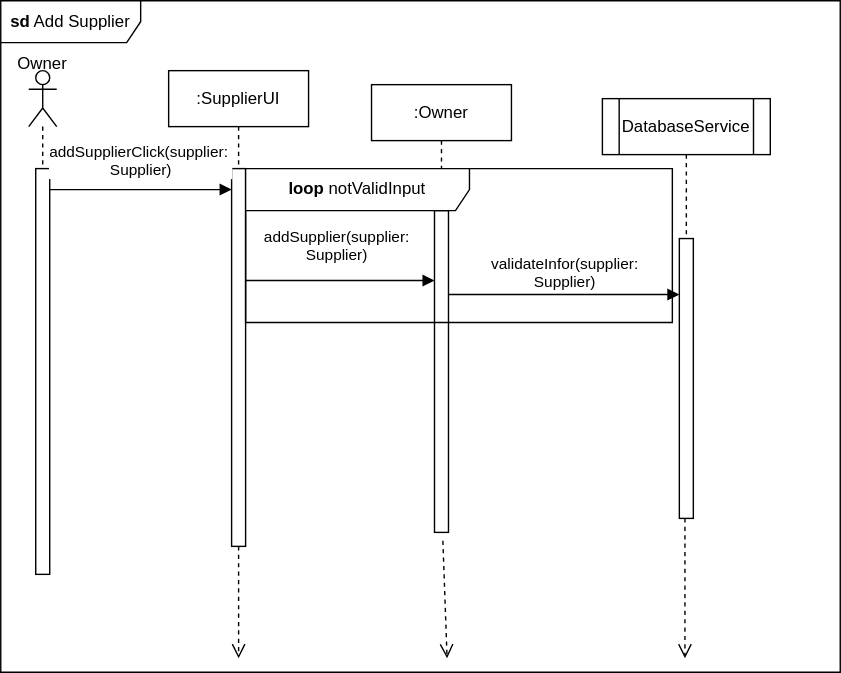
The draw.io diagram Add_supp.svg in Simamkele88/IFM3_GP, before a commit. Source tidied: cells renumbered, new cells last; positions are measured from the earlier drawing's top-left corner, leaving out a move shared by most shapes. Source of this version:
```xml
<mxGraphModel>
  <root>
    <mxCell id="0" />
    <mxCell id="1" parent="0" />
    <mxCell id="2" value="&lt;b&gt;sd&lt;/b&gt; Add Supplier" style="shape=umlFrame;whiteSpace=wrap;html=1;width=100;height=30;" parent="1" vertex="1">
      <mxGeometry width="600" height="480" as="geometry" />
    </mxCell>
    <mxCell id="3" style="shape=umlLifeline;perimeter=lifelinePerimeter;whiteSpace=wrap;html=1;newEdgeStyle={&quot;curved&quot;:0,&quot;rounded&quot;:0};participant=umlActor;" parent="1" vertex="1">
      <mxGeometry x="20" y="50" width="20" height="80" as="geometry" />
    </mxCell>
    <mxCell id="4" value=":SupplierUI" style="shape=umlLifeline;perimeter=lifelinePerimeter;whiteSpace=wrap;html=1;newEdgeStyle={&quot;curved&quot;:0,&quot;rounded&quot;:0};" parent="1" vertex="1">
      <mxGeometry x="120" y="50" width="100" height="340" as="geometry" />
    </mxCell>
    <mxCell id="5" style="html=1;points=[[0,0,0,0,5],[0,1,0,0,-5],[1,0,0,0,5],[1,1,0,0,-5]];perimeter=orthogonalPerimeter;outlineConnect=0;targetShapes=umlLifeline;portConstraint=eastwest;newEdgeStyle={&quot;curved&quot;:0,&quot;rounded&quot;:0};" parent="4" vertex="1">
      <mxGeometry x="45" y="70" width="10" height="270" as="geometry" />
    </mxCell>
    <mxCell id="6" style="html=1;points=[[0,0,0,0,5],[0,1,0,0,-5],[1,0,0,0,5],[1,1,0,0,-5]];perimeter=orthogonalPerimeter;outlineConnect=0;targetShapes=umlLifeline;portConstraint=eastwest;newEdgeStyle={&quot;curved&quot;:0,&quot;rounded&quot;:0};" parent="1" vertex="1">
      <mxGeometry x="25" y="120" width="10" height="290" as="geometry" />
    </mxCell>
    <mxCell id="7" value="addSupplierClick(supplier:&amp;nbsp;&lt;div&gt;Supplier)&lt;/div&gt;" style="html=1;verticalAlign=bottom;endArrow=block;curved=0;rounded=0;" parent="1" edge="1" source="6" target="5">
      <mxGeometry y="5" relative="1" as="geometry">
        <Array as="points">
          <mxPoint x="100" y="135" />
        </Array>
      </mxGeometry>
    </mxCell>
    <mxCell id="8" value=":Owner" style="shape=umlLifeline;perimeter=lifelinePerimeter;whiteSpace=wrap;html=1;newEdgeStyle={&quot;curved&quot;:0,&quot;rounded&quot;:0};" parent="1" vertex="1">
      <mxGeometry x="265" y="60" width="100" height="100" as="geometry" />
    </mxCell>
    <mxCell id="9" style="html=1;points=[[0,0,0,0,5],[0,1,0,0,-5],[1,0,0,0,5],[1,1,0,0,-5]];perimeter=orthogonalPerimeter;outlineConnect=0;targetShapes=umlLifeline;portConstraint=eastwest;newEdgeStyle={&quot;curved&quot;:0,&quot;rounded&quot;:0};" parent="1" vertex="1">
      <mxGeometry x="310" y="150" width="10" height="230" as="geometry" />
    </mxCell>
    <mxCell id="10" value="DatabaseService" style="shape=process;whiteSpace=wrap;html=1;backgroundOutline=1;" parent="1" vertex="1">
      <mxGeometry x="430" y="70" width="120" height="40" as="geometry" />
    </mxCell>
    <mxCell id="11" style="html=1;points=[[0,0,0,0,5],[0,1,0,0,-5],[1,0,0,0,5],[1,1,0,0,-5]];perimeter=orthogonalPerimeter;outlineConnect=0;targetShapes=umlLifeline;portConstraint=eastwest;newEdgeStyle={&quot;curved&quot;:0,&quot;rounded&quot;:0};" parent="1" vertex="1">
      <mxGeometry x="485" y="170" width="10" height="200" as="geometry" />
    </mxCell>
    <mxCell id="12" style="html=1;verticalAlign=bottom;endArrow=none;dashed=1;endSize=8;curved=0;rounded=0;startFill=0;exitX=0.5;exitY=1;exitDx=0;exitDy=0;" parent="1" edge="1" source="10" target="11">
      <mxGeometry relative="1" as="geometry" />
    </mxCell>
    <mxCell id="13" style="html=1;verticalAlign=bottom;endArrow=open;dashed=1;endSize=8;curved=0;rounded=0;" parent="1" edge="1" source="5">
      <mxGeometry relative="1" as="geometry">
        <mxPoint x="170" y="470" as="targetPoint" />
      </mxGeometry>
    </mxCell>
    <mxCell id="14" style="html=1;verticalAlign=bottom;endArrow=open;dashed=1;endSize=8;curved=0;rounded=0;exitX=0.6;exitY=1.026;exitDx=0;exitDy=0;exitPerimeter=0;" parent="1" edge="1" source="9">
      <mxGeometry relative="1" as="geometry">
        <mxPoint x="319" y="470" as="targetPoint" />
      </mxGeometry>
    </mxCell>
    <mxCell id="15" style="html=1;verticalAlign=bottom;endArrow=open;dashed=1;endSize=8;curved=0;rounded=0;" parent="1" edge="1">
      <mxGeometry relative="1" as="geometry">
        <mxPoint x="489" y="370" as="sourcePoint" />
        <mxPoint x="489" y="470" as="targetPoint" />
      </mxGeometry>
    </mxCell>
    <mxCell id="16" value="Owner" style="text;html=1;align=center;verticalAlign=middle;whiteSpace=wrap;rounded=0;" parent="1" vertex="1">
      <mxGeometry y="30" width="60" height="30" as="geometry" />
    </mxCell>
    <mxCell id="17" value="&lt;b&gt;loop&lt;/b&gt; notValidInput" style="shape=umlFrame;whiteSpace=wrap;html=1;width=160;" parent="1" vertex="1">
      <mxGeometry x="175" y="120" width="305" height="110" as="geometry" />
    </mxCell>
    <mxCell id="18" value="addSupplier(supplier:&lt;div&gt;Supplier)&lt;/div&gt;" style="html=1;verticalAlign=bottom;endArrow=block;curved=0;rounded=0;" parent="17" edge="1">
      <mxGeometry x="-0.04" y="10" relative="1" as="geometry">
        <mxPoint y="80" as="sourcePoint" />
        <mxPoint x="135" y="80" as="targetPoint" />
        <mxPoint y="1" as="offset" />
      </mxGeometry>
    </mxCell>
    <mxCell id="19" value="validateInfor(supplier:&lt;div&gt;Supplier)&lt;/div&gt;" style="html=1;verticalAlign=bottom;endArrow=block;curved=0;rounded=0;" parent="17" edge="1">
      <mxGeometry relative="1" as="geometry">
        <mxPoint x="145" y="90" as="sourcePoint" />
        <mxPoint x="310" y="90" as="targetPoint" />
      </mxGeometry>
    </mxCell>
  </root>
</mxGraphModel>
```
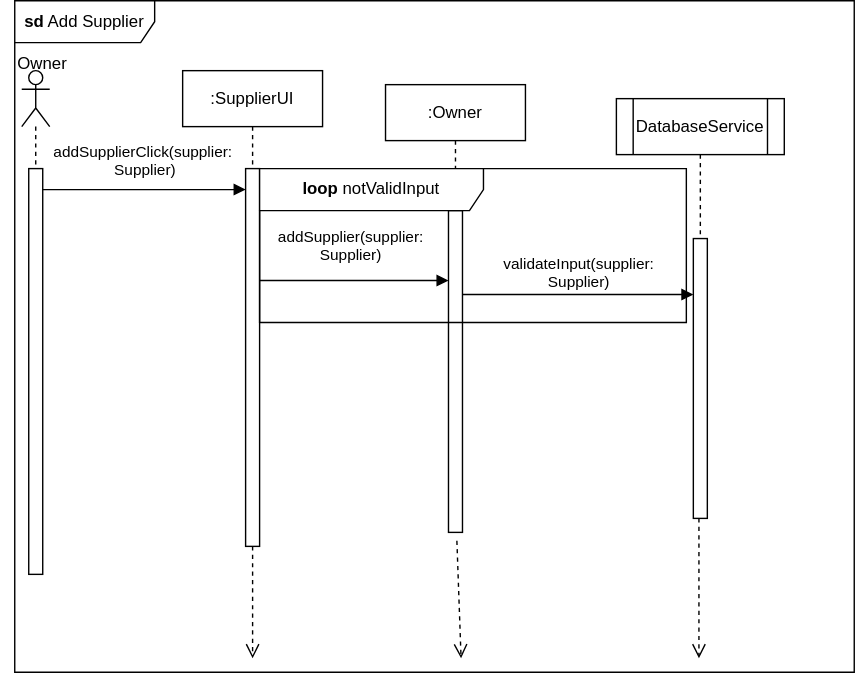
After the commit.

The edit, as a diff of the source:
```diff
@@ -6,7 +6,7 @@
       <mxGeometry width="600" height="480" as="geometry" />
     </mxCell>
     <mxCell id="3" style="shape=umlLifeline;perimeter=lifelinePerimeter;whiteSpace=wrap;html=1;newEdgeStyle={&quot;curved&quot;:0,&quot;rounded&quot;:0};participant=umlActor;" parent="1" vertex="1">
-      <mxGeometry x="20" y="50" width="20" height="80" as="geometry" />
+      <mxGeometry x="5" y="50" width="20" height="80" as="geometry" />
     </mxCell>
     <mxCell id="4" value=":SupplierUI" style="shape=umlLifeline;perimeter=lifelinePerimeter;whiteSpace=wrap;html=1;newEdgeStyle={&quot;curved&quot;:0,&quot;rounded&quot;:0};" parent="1" vertex="1">
       <mxGeometry x="120" y="50" width="100" height="340" as="geometry" />
@@ -15,7 +15,7 @@
       <mxGeometry x="45" y="70" width="10" height="270" as="geometry" />
     </mxCell>
     <mxCell id="6" style="html=1;points=[[0,0,0,0,5],[0,1,0,0,-5],[1,0,0,0,5],[1,1,0,0,-5]];perimeter=orthogonalPerimeter;outlineConnect=0;targetShapes=umlLifeline;portConstraint=eastwest;newEdgeStyle={&quot;curved&quot;:0,&quot;rounded&quot;:0};" parent="1" vertex="1">
-      <mxGeometry x="25" y="120" width="10" height="290" as="geometry" />
+      <mxGeometry x="10" y="120" width="10" height="290" as="geometry" />
     </mxCell>
     <mxCell id="7" value="addSupplierClick(supplier:&amp;nbsp;&lt;div&gt;Supplier)&lt;/div&gt;" style="html=1;verticalAlign=bottom;endArrow=block;curved=0;rounded=0;" parent="1" edge="1" source="6" target="5">
       <mxGeometry y="5" relative="1" as="geometry">
@@ -56,7 +56,7 @@
       </mxGeometry>
     </mxCell>
     <mxCell id="16" value="Owner" style="text;html=1;align=center;verticalAlign=middle;whiteSpace=wrap;rounded=0;" parent="1" vertex="1">
-      <mxGeometry y="30" width="60" height="30" as="geometry" />
+      <mxGeometry x="-10" y="30" width="60" height="30" as="geometry" />
     </mxCell>
     <mxCell id="17" value="&lt;b&gt;loop&lt;/b&gt; notValidInput" style="shape=umlFrame;whiteSpace=wrap;html=1;width=160;" parent="1" vertex="1">
       <mxGeometry x="175" y="120" width="305" height="110" as="geometry" />
@@ -68,7 +68,7 @@
         <mxPoint y="1" as="offset" />
       </mxGeometry>
     </mxCell>
-    <mxCell id="19" value="validateInfor(supplier:&lt;div&gt;Supplier)&lt;/div&gt;" style="html=1;verticalAlign=bottom;endArrow=block;curved=0;rounded=0;" parent="17" edge="1">
+    <mxCell id="19" value="validateInput(supplier:&lt;div&gt;Supplier)&lt;/div&gt;" style="html=1;verticalAlign=bottom;endArrow=block;curved=0;rounded=0;" parent="17" edge="1">
       <mxGeometry relative="1" as="geometry">
         <mxPoint x="145" y="90" as="sourcePoint" />
         <mxPoint x="310" y="90" as="targetPoint" />
```
